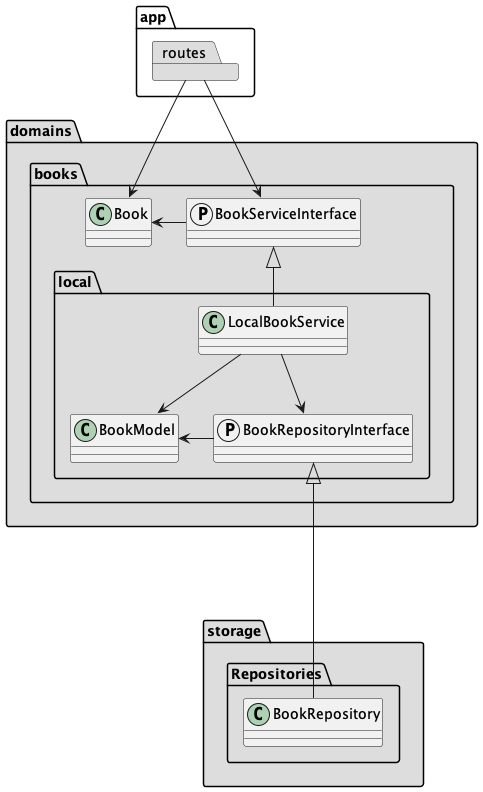
Earlier version of the PlantUML export architecture.png (febus982/bootstrap-python-fastapi).
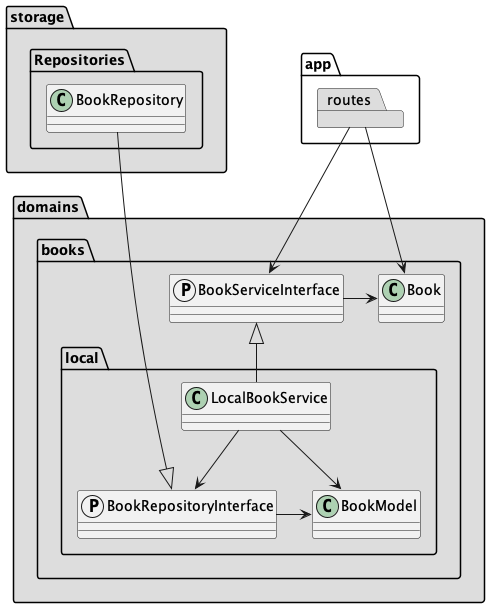
After the commit.

Commit message:
Update architectural diagrams and README.md

The edit, as a diff of the source:
```diff
@@ -35,5 +35,5 @@
 LocalBookService --> BookRepositoryInterface
 BookRepositoryInterface -l-> BookModel
 
-BookRepository ---u-|> BookRepositoryInterface
+BookRepository ---d-|> BookRepositoryInterface
 @enduml
```
